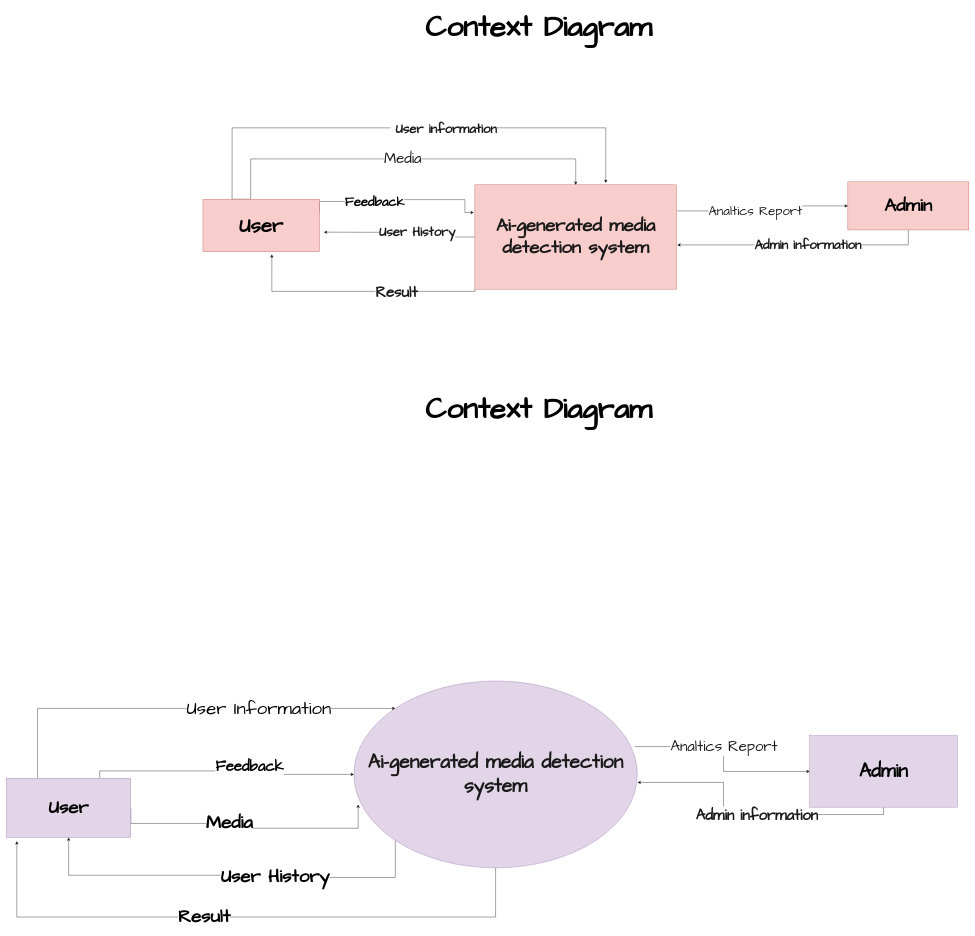
Earlier version of the draw.io diagram Tasks/Sara/context semi.drawio (romanyn36/Catch-The-AI). Source tidied: cells renumbered, new cells numbered last; positions are measured from the earlier drawing's top-left corner, leaving out a move shared by most shapes. Both pictures are drawn from the tidied source at 37%, with x=0, y=0 at pixel (6, 16).
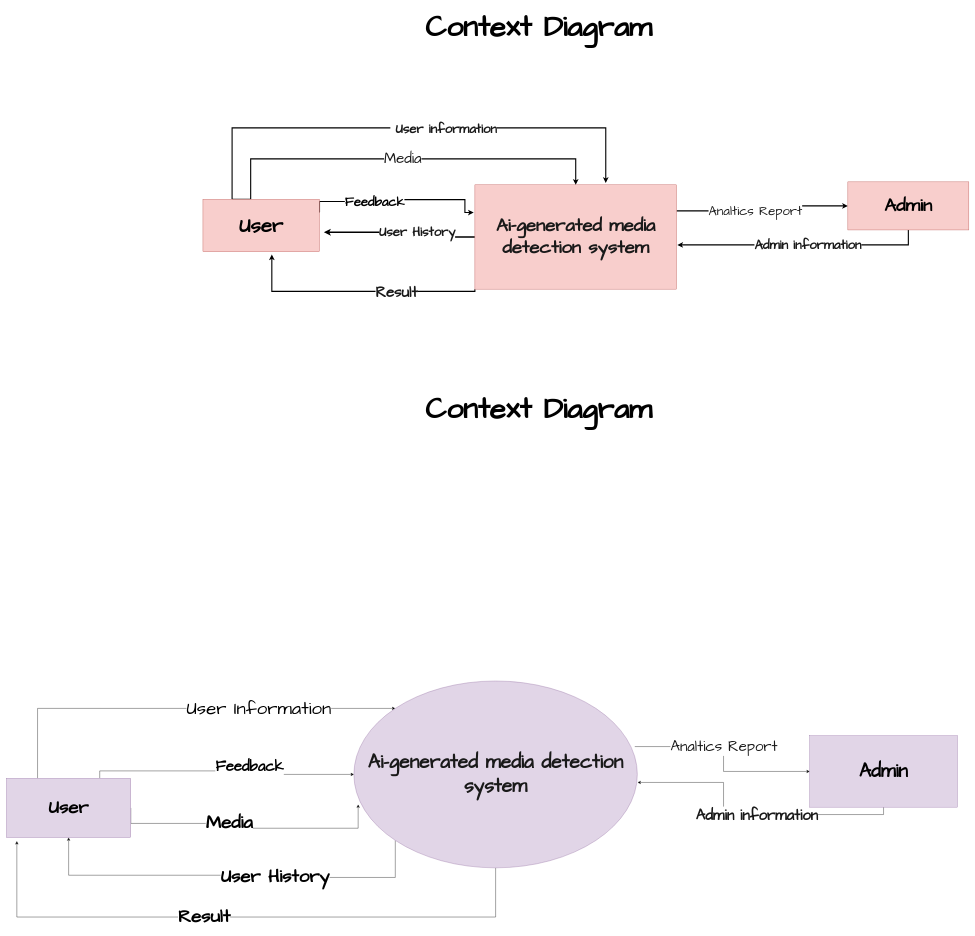
Above is the later version.

Commit message (it also covers changes not shown here):
use case images added and unused diagram removed

Unchanged cells that the change refers to:
```xml
<mxCell id="8" value="&lt;span style=&quot;color: rgb(25 , 25 , 25)&quot;&gt;&lt;font face=&quot;Comic Sans MS&quot; size=&quot;1&quot;&gt;&lt;b style=&quot;font-size: 50px&quot;&gt;Ai-generated media detection system&lt;/b&gt;&lt;/font&gt;&lt;/span&gt;" style="rounded=0;whiteSpace=wrap;html=1;fillColor=#f8cecc;strokeColor=#b85450;" parent="1" vertex="1">
  <mxGeometry x="1266" y="455" width="545" height="282" as="geometry" />
</mxCell>
<mxCell id="15" value="&lt;font face=&quot;Comic Sans MS&quot; size=&quot;1&quot;&gt;&lt;b style=&quot;font-size: 55px&quot;&gt;User&lt;/b&gt;&lt;/font&gt;" style="rounded=0;whiteSpace=wrap;html=1;fillColor=#f8cecc;strokeColor=#b85450;" parent="1" vertex="1">
  <mxGeometry x="531" y="494" width="315" height="142" as="geometry" />
</mxCell>
<mxCell id="18" value="&lt;font size=&quot;1&quot;&gt;&lt;b style=&quot;font-size: 50px&quot;&gt;Admin&lt;/b&gt;&lt;/font&gt;" style="rounded=0;whiteSpace=wrap;html=1;fontFamily=Comic Sans MS;fillColor=#f8cecc;strokeColor=#b85450;" parent="1" vertex="1">
  <mxGeometry x="2274" y="447" width="327" height="130" as="geometry" />
</mxCell>
```

Diff of the diagram source:
```diff
@@
-    <mxCell id="2" style="edgeStyle=orthogonalEdgeStyle;rounded=0;jettySize=auto;html=1;exitX=1;exitY=0.25;exitDx=0;exitDy=0;fontFamily=Comic Sans MS;" parent="1" edge="1" source="8" target="18">
+    <mxCell id="2" style="edgeStyle=orthogonalEdgeStyle;rounded=0;jettySize=auto;html=1;exitX=1;exitY=0.25;exitDx=0;exitDy=0;fontFamily=Comic Sans MS;strokeWidth=3;" parent="1" edge="1" source="8" target="18">
       <mxGeometry relative="1" as="geometry" />
     </mxCell>
@@
-    <mxCell id="4" style="edgeStyle=orthogonalEdgeStyle;rounded=0;jettySize=auto;html=1;exitX=0;exitY=0.5;exitDx=0;exitDy=0;fontFamily=Comic Sans MS;" parent="1" edge="1" source="8">
+    <mxCell id="4" style="edgeStyle=orthogonalEdgeStyle;rounded=0;jettySize=auto;html=1;exitX=0;exitY=0.5;exitDx=0;exitDy=0;fontFamily=Comic Sans MS;strokeWidth=4;" parent="1" edge="1" source="8">
       <mxGeometry relative="1" as="geometry">
         <mxPoint x="858" y="583" as="targetPoint" />
       </mxGeometry>
     </mxCell>
@@
-    <mxCell id="6" style="edgeStyle=orthogonalEdgeStyle;rounded=0;jettySize=auto;html=1;exitX=0;exitY=1;exitDx=0;exitDy=0;fontFamily=Comic Sans MS;entryX=0.591;entryY=1.05;entryDx=0;entryDy=0;entryPerimeter=0;" parent="1" edge="1" source="8" target="15">
+    <mxCell id="6" style="edgeStyle=orthogonalEdgeStyle;rounded=0;jettySize=auto;html=1;exitX=0;exitY=1;exitDx=0;exitDy=0;fontFamily=Comic Sans MS;entryX=0.591;entryY=1.05;entryDx=0;entryDy=0;entryPerimeter=0;strokeWidth=3;" parent="1" edge="1" source="8" target="15">
       <mxGeometry relative="1" as="geometry">
         <Array as="points">
           <mxPoint x="1266" y="743" />
           <mxPoint x="717" y="743" />
         </Array>
       </mxGeometry>
     </mxCell>
@@
-    <mxCell id="9" style="edgeStyle=orthogonalEdgeStyle;rounded=0;jettySize=auto;html=1;exitX=0.25;exitY=0;exitDx=0;exitDy=0;fontFamily=Comic Sans MS;entryX=0.5;entryY=0;entryDx=0;entryDy=0;" parent="1" edge="1" source="15" target="8">
+    <mxCell id="9" style="edgeStyle=orthogonalEdgeStyle;rounded=0;jettySize=auto;html=1;exitX=0.25;exitY=0;exitDx=0;exitDy=0;fontFamily=Comic Sans MS;entryX=0.5;entryY=0;entryDx=0;entryDy=0;strokeWidth=3;" parent="1" edge="1" source="15" target="8">
       <mxGeometry relative="1" as="geometry">
         <Array as="points">
           <mxPoint x="660" y="494" />
           <mxPoint x="660" y="385" />
           <mxPoint x="1539" y="385" />
         </Array>
       </mxGeometry>
     </mxCell>
@@
-    <mxCell id="11" style="edgeStyle=orthogonalEdgeStyle;rounded=0;jettySize=auto;html=1;exitX=0.25;exitY=0;exitDx=0;exitDy=0;fontFamily=Comic Sans MS;entryX=0.649;entryY=-0.018;entryDx=0;entryDy=0;entryPerimeter=0;" parent="1" edge="1" source="15" target="8">
+    <mxCell id="11" style="edgeStyle=orthogonalEdgeStyle;rounded=0;jettySize=auto;html=1;exitX=0.25;exitY=0;exitDx=0;exitDy=0;fontFamily=Comic Sans MS;entryX=0.649;entryY=-0.018;entryDx=0;entryDy=0;entryPerimeter=0;strokeWidth=3;" parent="1" edge="1" source="15" target="8">
       <mxGeometry relative="1" as="geometry">
         <Array as="points">
           <mxPoint x="610" y="301" />
           <mxPoint x="1620" y="301" />
         </Array>
       </mxGeometry>
     </mxCell>
@@
-    <mxCell id="13" style="edgeStyle=orthogonalEdgeStyle;rounded=0;jettySize=auto;html=1;exitX=1;exitY=0.25;exitDx=0;exitDy=0;fontFamily=Comic Sans MS;fontSize=50;" parent="1" edge="1" source="15">
+    <mxCell id="13" style="edgeStyle=orthogonalEdgeStyle;rounded=0;jettySize=auto;html=1;exitX=1;exitY=0.25;exitDx=0;exitDy=0;fontFamily=Comic Sans MS;fontSize=50;strokeWidth=3;" parent="1" edge="1" source="15">
       <mxGeometry relative="1" as="geometry">
         <mxPoint x="1262.8" y="530" as="targetPoint" />
         <Array as="points">
           <mxPoint x="846" y="500" />
           <mxPoint x="1040" y="500" />
           <mxPoint x="1040" y="495" />
           <mxPoint x="1239" y="495" />
           <mxPoint x="1239" y="530" />
         </Array>
       </mxGeometry>
     </mxCell>
@@
-    <mxCell id="16" style="edgeStyle=orthogonalEdgeStyle;rounded=0;jettySize=auto;html=1;exitX=0.5;exitY=1;exitDx=0;exitDy=0;entryX=1.004;entryY=0.576;entryDx=0;entryDy=0;entryPerimeter=0;fontFamily=Comic Sans MS;" parent="1" edge="1" source="18" target="8">
+    <mxCell id="16" style="edgeStyle=orthogonalEdgeStyle;rounded=0;jettySize=auto;html=1;exitX=0.5;exitY=1;exitDx=0;exitDy=0;entryX=1.004;entryY=0.576;entryDx=0;entryDy=0;entryPerimeter=0;fontFamily=Comic Sans MS;strokeWidth=3;" parent="1" edge="1" source="18" target="8">
       <mxGeometry relative="1" as="geometry" />
     </mxCell>
```
